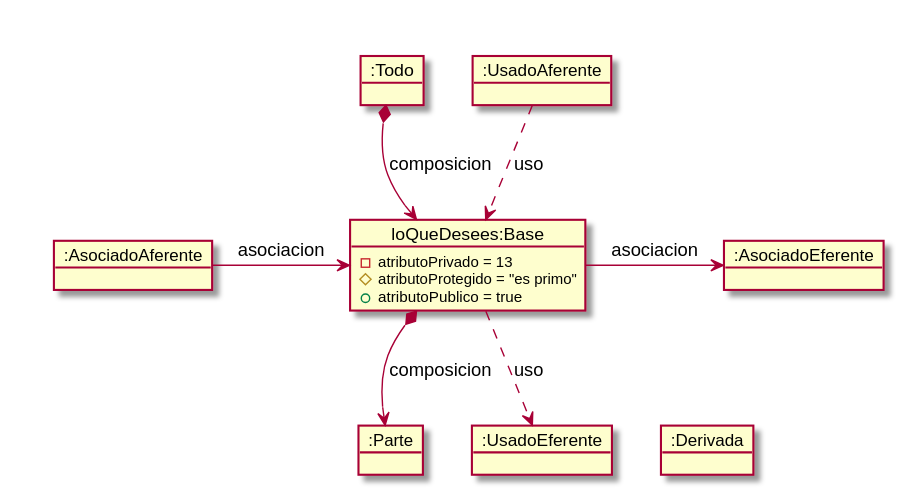
Above: USantaTecla/tech-uml/0-itinerario/images/DiagramaObjetos.svg in USantaTecla-0-general/3-publicaciones (PlantUML), before the change.
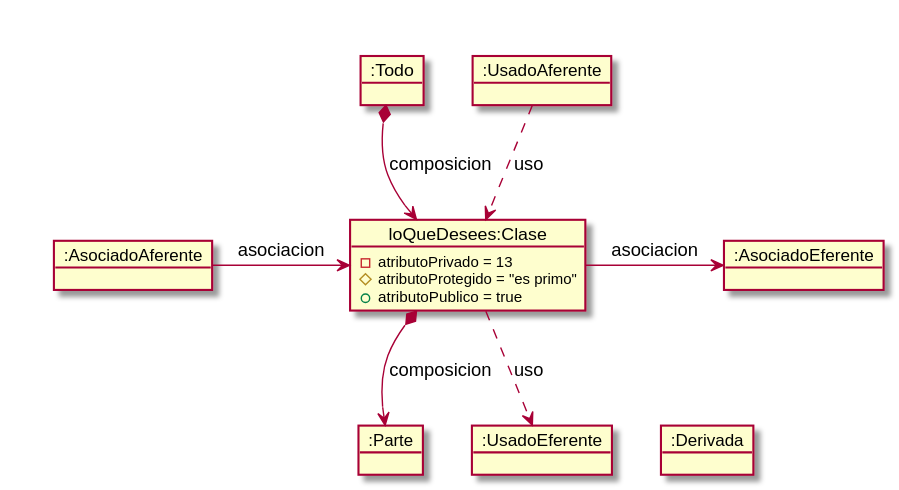
After the commit.

Change to the diagram source:
```diff
@@ -6,7 +6,7 @@
 
 together {
 object ":AsociadoAferente" as AsociadoAferente
-object "loQueDesees:Base" as Clase {
+object "loQueDesees:Clase" as Clase {
 - atributoPrivado = 13
 # atributoProtegido = "es primo"
 + atributoPublico = true
```
